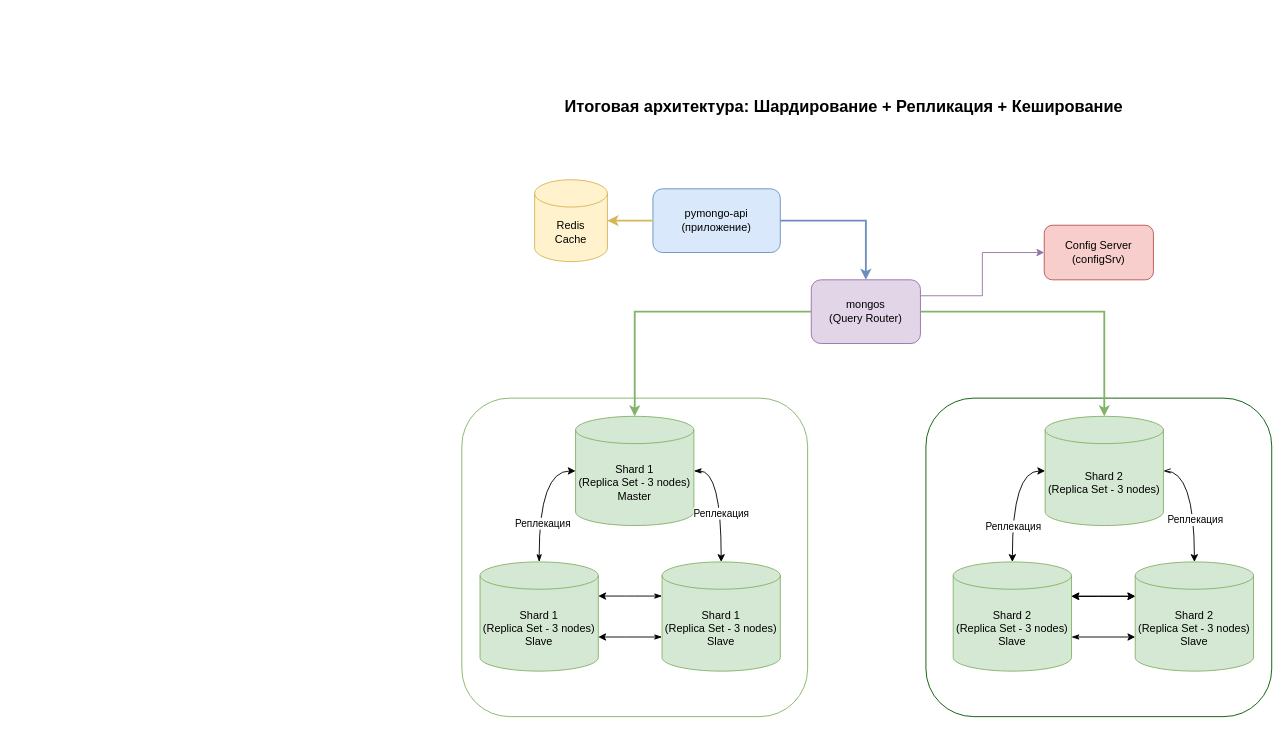
Above: task1.drawio in andruschenco/architecture-pro-black_friday (draw.io), before the change. Source tidied: cells renumbered, new cells numbered last; positions are measured from the earlier drawing's top-left corner, leaving out a move shared by most shapes. Both pictures are drawn from the tidied source at 91%, with x=0, y=0 at pixel (461, 79).
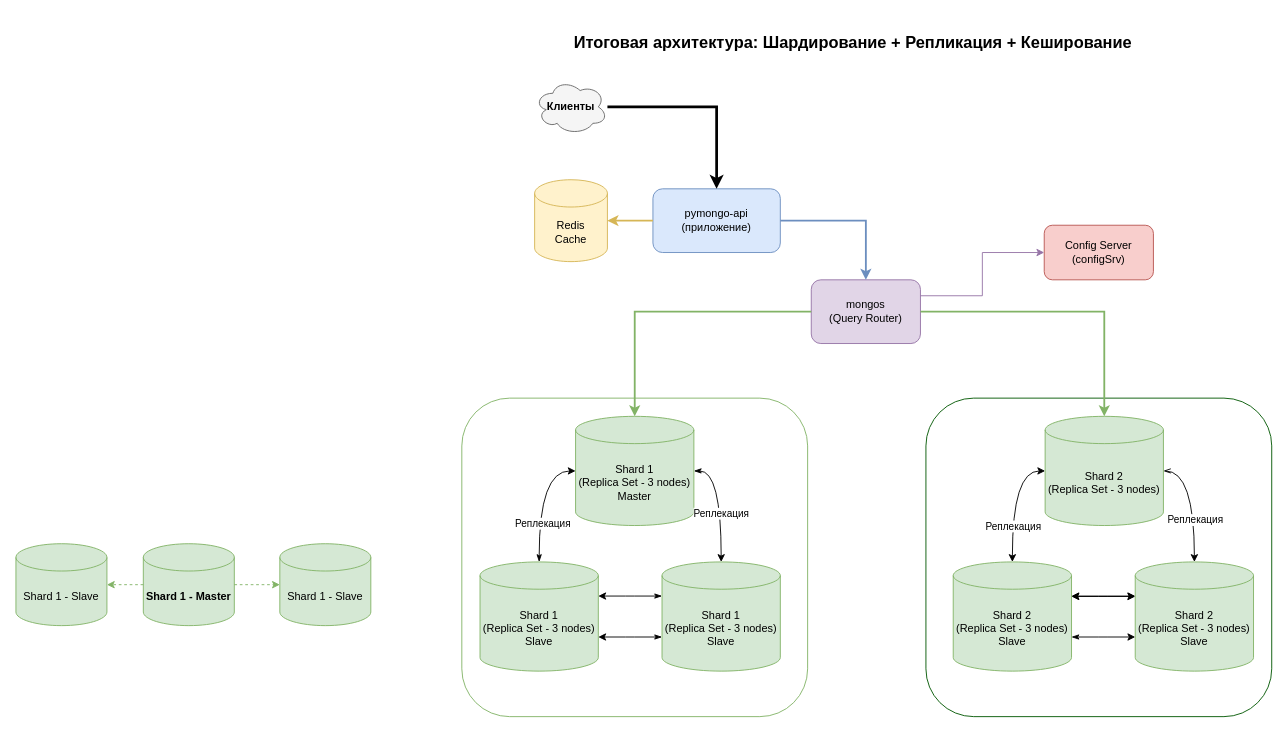
Above is the later version.

The change refers to these unchanged cells:
```xml
<mxCell id="5" value="pymongo-api&#10;(приложение)" style="rounded=1;whiteSpace=wrap;html=1;fillColor=#dae8fc;strokeColor=#6c8ebf;" parent="1" vertex="1">
  <mxGeometry x="210" y="120" width="140" height="70" as="geometry" />
</mxCell>
```

Diff of the diagram source:
```diff
@@
     <mxCell id="4" value="Итоговая архитектура: Шардирование + Репликация + Кеширование" style="text;html=1;strokeColor=none;fillColor=none;align=center;verticalAlign=middle;whiteSpace=wrap;rounded=0;fontSize=18;fontStyle=1;" parent="1" vertex="1">
-      <mxGeometry width="840" height="60" as="geometry" />
+      <mxGeometry x="10" y="-70" width="840" height="60" as="geometry" />
     </mxCell>
@@
+    <mxCell id="33" style="edgeStyle=orthogonalEdgeStyle;rounded=0;jettySize=auto;html=1;strokeWidth=3;strokeColor=#000000;fillColor=#000000;entryX=0.5;entryY=0;entryDx=0;entryDy=0;" parent="1" edge="1" source="34" target="5">
+      <mxGeometry relative="1" as="geometry" />
+    </mxCell>
+    <mxCell id="34" value="Клиенты" style="shape=cloud;whiteSpace=wrap;html=1;fillColor=#f5f5f5;strokeColor=#666666;fontStyle=1;" parent="1" vertex="1">
+      <mxGeometry x="80" width="80" height="60" as="geometry" />
+    </mxCell>
+    <mxCell id="35" value="Shard 1 - Master" style="shape=cylinder3;whiteSpace=wrap;html=1;boundedLbl=1;backgroundOutline=1;size=15;fillColor=#d5e8d4;strokeColor=#82b366;fontStyle=1;" parent="1" vertex="1">
+      <mxGeometry x="-350" y="510" width="100" height="90" as="geometry" />
+    </mxCell>
+    <mxCell id="36" value="Shard 1 - Slave" style="shape=cylinder3;whiteSpace=wrap;html=1;boundedLbl=1;backgroundOutline=1;size=15;fillColor=#d5e8d4;strokeColor=#82b366;" parent="1" vertex="1">
+      <mxGeometry x="-490" y="510" width="100" height="90" as="geometry" />
+    </mxCell>
+    <mxCell id="37" value="Shard 1 - Slave" style="shape=cylinder3;whiteSpace=wrap;html=1;boundedLbl=1;backgroundOutline=1;size=15;fillColor=#d5e8d4;strokeColor=#82b366;" parent="1" vertex="1">
+      <mxGeometry x="-200" y="510" width="100" height="90" as="geometry" />
+    </mxCell>
+    <mxCell id="38" style="edgeStyle=orthogonalEdgeStyle;rounded=0;jettySize=auto;html=1;strokeWidth=1;strokeColor=#82b366;dashed=1;" parent="1" edge="1" source="35" target="36">
+      <mxGeometry relative="1" as="geometry" />
+    </mxCell>
+    <mxCell id="39" style="edgeStyle=orthogonalEdgeStyle;rounded=0;jettySize=auto;html=1;strokeWidth=1;strokeColor=#82b366;dashed=1;" parent="1" edge="1" source="35" target="37">
+      <mxGeometry relative="1" as="geometry" />
+    </mxCell>
```
